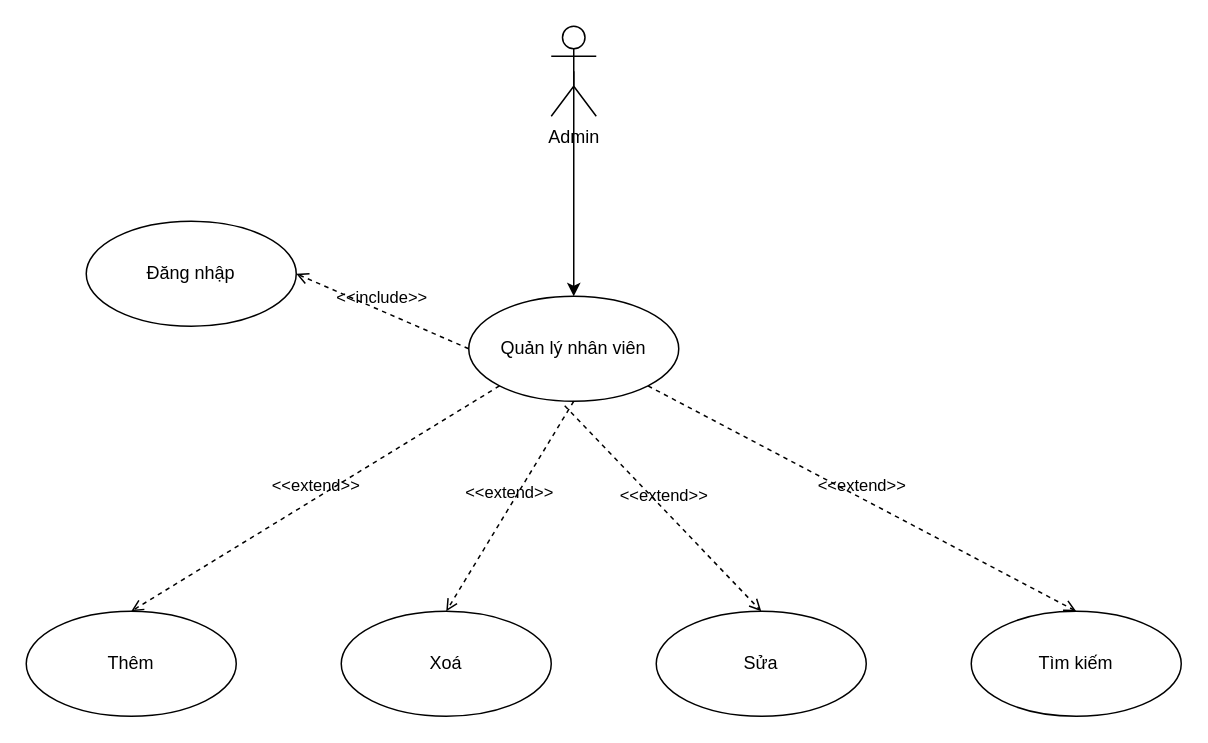
Earlier version of the draw.io diagram usecase_quanlynhanvien.drawio (alikuxac/alikuxac). Source tidied: cells renumbered, new cells numbered last; positions are measured from the earlier drawing's top-left corner, leaving out a move shared by most shapes. Both pictures are drawn from the tidied source at 150%, with x=0, y=0 at pixel (26, 26).
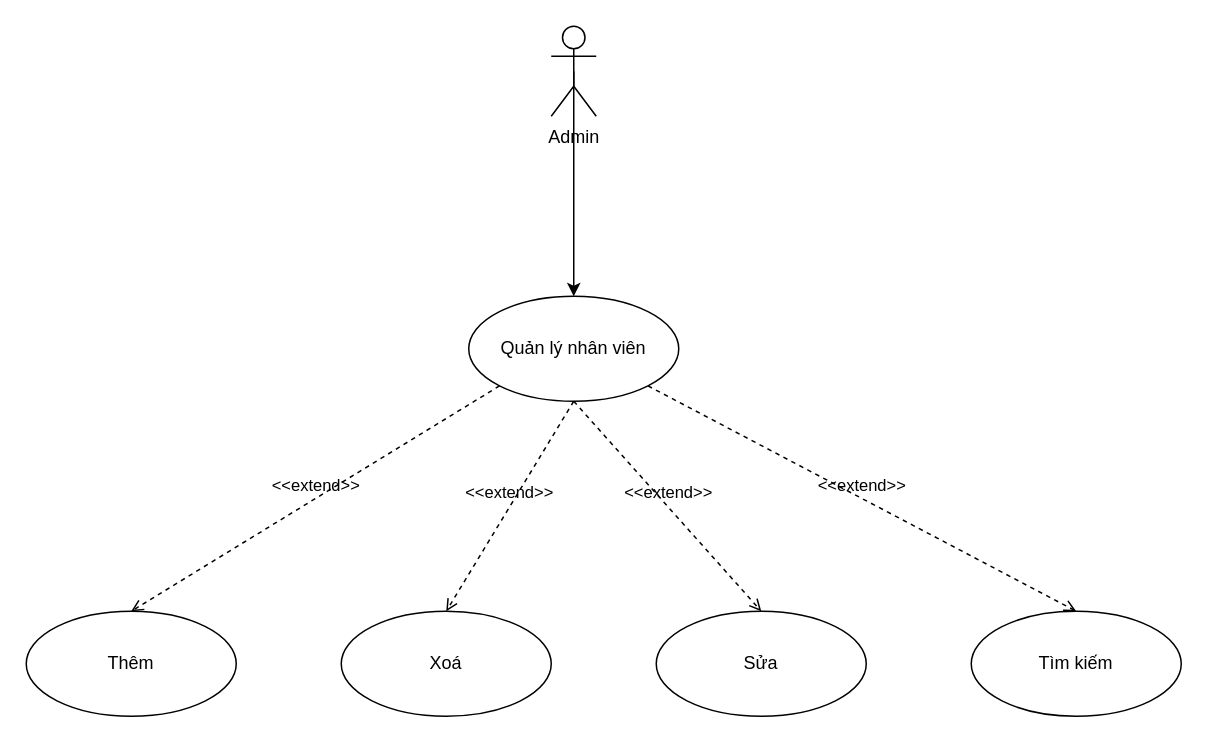
The same diagram, later.

The edit, as a diff of the source:
```diff
@@
 <mxGraphModel>
   <root>
     <mxCell id="0" />
     <mxCell id="1" parent="0" />
     <mxCell id="2" value="Admin" style="shape=umlActor;verticalLabelPosition=bottom;verticalAlign=top;html=1;" parent="1" vertex="1">
       <mxGeometry x="350" width="30" height="60" as="geometry" />
     </mxCell>
     <mxCell id="3" value="Quản lý nhân viên" style="ellipse;whiteSpace=wrap;html=1;" parent="1" vertex="1">
       <mxGeometry x="295" y="180" width="140" height="70" as="geometry" />
     </mxCell>
     <mxCell id="4" style="endArrow=classic;html=1;rounded=0;entryX=0.5;entryY=0;entryDx=0;entryDy=0;exitX=0.5;exitY=0.5;exitDx=0;exitDy=0;exitPerimeter=0;" parent="1" edge="1" source="2" target="3">
       <mxGeometry relative="1" as="geometry" />
     </mxCell>
     <mxCell id="5" value="Thêm" style="ellipse;whiteSpace=wrap;html=1;" parent="1" vertex="1">
       <mxGeometry y="390" width="140" height="70" as="geometry" />
     </mxCell>
     <mxCell id="6" value="Xoá" style="ellipse;whiteSpace=wrap;html=1;" parent="1" vertex="1">
       <mxGeometry x="210" y="390" width="140" height="70" as="geometry" />
     </mxCell>
     <mxCell id="7" value="Sửa" style="ellipse;whiteSpace=wrap;html=1;" parent="1" vertex="1">
       <mxGeometry x="420" y="390" width="140" height="70" as="geometry" />
     </mxCell>
     <mxCell id="8" value="Tìm kiếm" style="ellipse;whiteSpace=wrap;html=1;" parent="1" vertex="1">
       <mxGeometry x="630" y="390" width="140" height="70" as="geometry" />
     </mxCell>
     <mxCell id="9" value="&amp;lt;&amp;lt;extend&amp;gt;&amp;gt;" style="html=1;verticalAlign=bottom;labelBackgroundColor=none;endArrow=open;endFill=0;dashed=1;rounded=0;exitX=0;exitY=1;exitDx=0;exitDy=0;entryX=0.5;entryY=0;entryDx=0;entryDy=0;" parent="1" edge="1" source="3" target="5">
       <mxGeometry relative="1" as="geometry" />
     </mxCell>
     <mxCell id="10" value="&amp;lt;&amp;lt;extend&amp;gt;&amp;gt;" style="html=1;verticalAlign=bottom;labelBackgroundColor=none;endArrow=open;endFill=0;dashed=1;rounded=0;exitX=0.5;exitY=1;exitDx=0;exitDy=0;entryX=0.5;entryY=0;entryDx=0;entryDy=0;" parent="1" edge="1" source="3" target="6">
       <mxGeometry relative="1" as="geometry" />
     </mxCell>
-    <mxCell id="11" value="&amp;lt;&amp;lt;extend&amp;gt;&amp;gt;" style="html=1;verticalAlign=bottom;labelBackgroundColor=none;endArrow=open;endFill=0;dashed=1;rounded=0;exitX=0.457;exitY=1.043;exitDx=0;exitDy=0;exitPerimeter=0;entryX=0.5;entryY=0;entryDx=0;entryDy=0;" parent="1" edge="1" source="3" target="7">
+    <mxCell id="11" value="&amp;lt;&amp;lt;extend&amp;gt;&amp;gt;" style="html=1;verticalAlign=bottom;labelBackgroundColor=none;endArrow=open;endFill=0;dashed=1;rounded=0;exitX=0.5;exitY=1;exitDx=0;exitDy=0;entryX=0.5;entryY=0;entryDx=0;entryDy=0;" parent="1" edge="1" source="3" target="7">
       <mxGeometry relative="1" as="geometry" />
     </mxCell>
     <mxCell id="12" value="&amp;lt;&amp;lt;extend&amp;gt;&amp;gt;" style="html=1;verticalAlign=bottom;labelBackgroundColor=none;endArrow=open;endFill=0;dashed=1;rounded=0;exitX=1;exitY=1;exitDx=0;exitDy=0;entryX=0.5;entryY=0;entryDx=0;entryDy=0;" parent="1" edge="1" source="3" target="8">
       <mxGeometry relative="1" as="geometry" />
     </mxCell>
-    <mxCell id="13" value="Đăng nhập" style="ellipse;whiteSpace=wrap;html=1;" parent="1" vertex="1">
-      <mxGeometry x="40" y="130" width="140" height="70" as="geometry" />
-    </mxCell>
-    <mxCell id="14" value="&amp;lt;&amp;lt;include&amp;gt;&amp;gt;" style="html=1;verticalAlign=bottom;labelBackgroundColor=none;endArrow=open;endFill=0;dashed=1;rounded=0;exitX=0;exitY=0.5;exitDx=0;exitDy=0;entryX=1;entryY=0.5;entryDx=0;entryDy=0;" parent="1" edge="1" source="3" target="13">
-      <mxGeometry relative="1" as="geometry" />
-    </mxCell>
   </root>
 </mxGraphModel>
```
